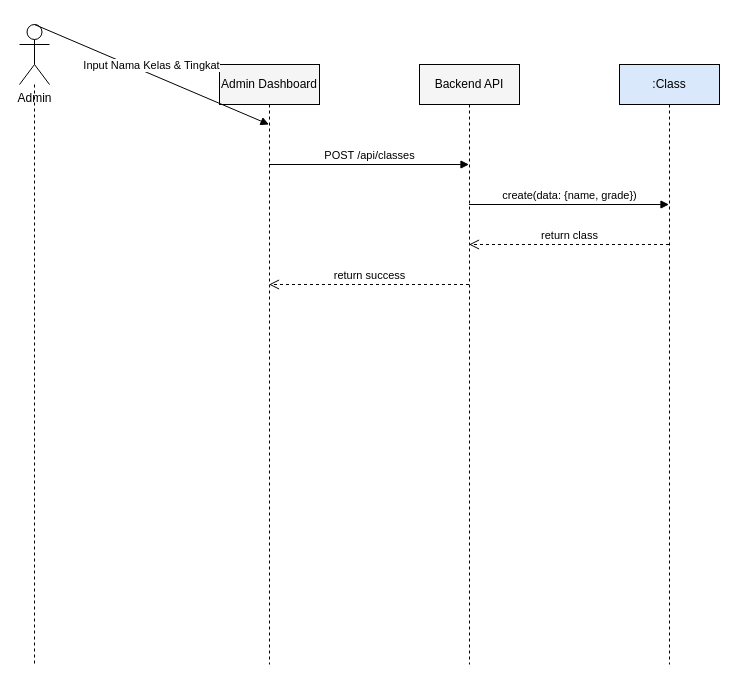
Before: docs/sequence_admin_create_class.drawio in muhammaddzaki123/adminkassmpit, a draw.io diagram. Source tidied: cells renumbered, new cells numbered last; positions are measured from the earlier drawing's top-left corner, leaving out a move shared by most shapes. Both pictures are drawn from the tidied source at 100%, with x=0, y=0 at pixel (19, 24).
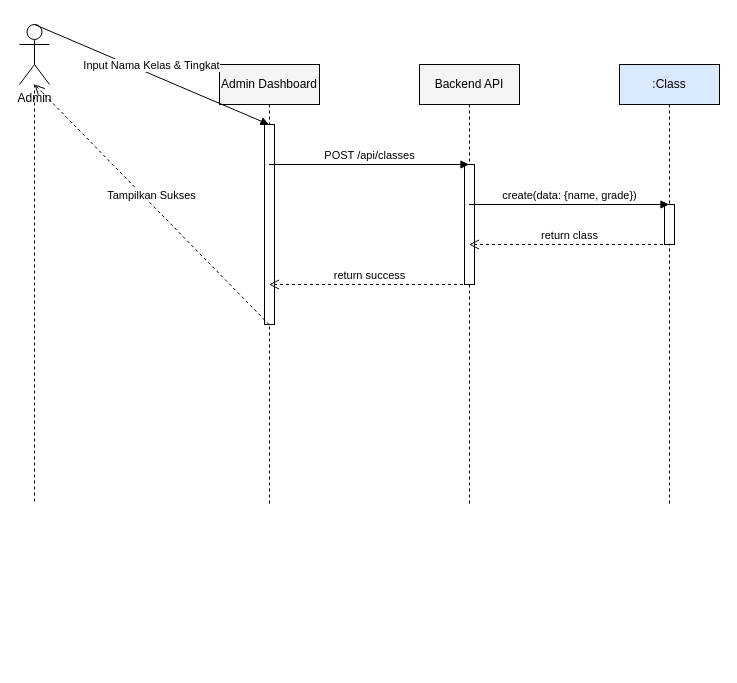
After the change.

Diff of the diagram source:
```diff
@@
 <mxGraphModel>
   <root>
     <mxCell id="0" />
     <mxCell id="1" parent="0" />
     <mxCell id="2" value="Admin" style="shape=umlActor;verticalLabelPosition=bottom;verticalAlign=top;html=1;outlineConnect=0;" parent="1" vertex="1">
       <mxGeometry width="30" height="60" as="geometry" />
     </mxCell>
     <mxCell id="3" style="endArrow=none;dashed=1;html=1;" parent="1" edge="1" source="2">
       <mxGeometry relative="1" as="geometry">
-        <mxPoint x="15" y="640" as="targetPoint" />
+        <mxPoint x="15" y="480" as="targetPoint" />
       </mxGeometry>
     </mxCell>
     <mxCell id="4" value="Admin Dashboard" style="shape=umlLifeline;perimeter=lifelinePerimeter;whiteSpace=wrap;html=1;outlineConnect=0;fillColor=#f5f5f5;" parent="1" vertex="1">
-      <mxGeometry x="200" y="40" width="100" height="600" as="geometry" />
+      <mxGeometry x="200" y="40" width="100" height="440" as="geometry" />
     </mxCell>
     <mxCell id="5" value="Backend API" style="shape=umlLifeline;perimeter=lifelinePerimeter;whiteSpace=wrap;html=1;outlineConnect=0;fillColor=#f5f5f5;" parent="1" vertex="1">
-      <mxGeometry x="400" y="40" width="100" height="600" as="geometry" />
+      <mxGeometry x="400" y="40" width="100" height="440" as="geometry" />
     </mxCell>
     <mxCell id="6" value=":Class" style="shape=umlLifeline;perimeter=lifelinePerimeter;whiteSpace=wrap;html=1;outlineConnect=0;fillColor=#dae8fc;" parent="1" vertex="1">
-      <mxGeometry x="600" y="40" width="100" height="600" as="geometry" />
+      <mxGeometry x="600" y="40" width="100" height="440" as="geometry" />
     </mxCell>
-    <mxCell id="7" value="Input Nama Kelas &amp; Tingkat" style="html=1;verticalAlign=bottom;endArrow=block;rounded=0;entryX=0.5;entryY=0.1;exitX=0.5;exitY=0.1;" parent="1" edge="1" source="2" target="4">
-      <mxGeometry relative="1" as="geometry" />
+    <mxCell id="7" style="html=1;perimeter=orthogonalPerimeter;fillColor=#FFFFFF;strokeColor=#000000;" parent="1" vertex="1">
+      <mxGeometry x="645" y="180" width="10" height="40" as="geometry" />
     </mxCell>
-    <mxCell id="8" value="POST /api/classes" style="html=1;verticalAlign=bottom;endArrow=block;rounded=0;entryX=0.5;entryY=0.16666666666666666;exitX=0.5;exitY=0.16666666666666666;" parent="1" edge="1" source="4" target="5">
-      <mxGeometry relative="1" as="geometry" />
+    <mxCell id="8" style="html=1;perimeter=orthogonalPerimeter;fillColor=#FFFFFF;strokeColor=#000000;" parent="1" vertex="1">
+      <mxGeometry x="445" y="140" width="10" height="120" as="geometry" />
     </mxCell>
-    <mxCell id="9" value="create(data: {name, grade})" style="html=1;verticalAlign=bottom;endArrow=block;rounded=0;entryX=0.5;entryY=0.23333333333333334;exitX=0.5;exitY=0.23333333333333334;" parent="1" edge="1" source="5" target="6">
-      <mxGeometry relative="1" as="geometry" />
+    <mxCell id="9" style="html=1;perimeter=orthogonalPerimeter;fillColor=#FFFFFF;strokeColor=#000000;" parent="1" vertex="1">
+      <mxGeometry x="245" y="100" width="10" height="200" as="geometry" />
     </mxCell>
-    <mxCell id="10" value="return class" style="html=1;verticalAlign=bottom;endArrow=open;dashed=1;endSize=8;rounded=0;entryX=0.5;entryY=0.3;exitX=0.5;exitY=0.3;" parent="1" edge="1" source="6" target="5">
+    <mxCell id="10" value="Input Nama Kelas &amp; Tingkat" style="html=1;verticalAlign=bottom;endArrow=block;rounded=0;entryX=0.5;entryY=0.13636363636363635;exitX=0.5;exitY=0.13636363636363635;" parent="1" edge="1" source="2" target="4">
       <mxGeometry relative="1" as="geometry" />
     </mxCell>
-    <mxCell id="11" value="return success" style="html=1;verticalAlign=bottom;endArrow=open;dashed=1;endSize=8;rounded=0;entryX=0.5;entryY=0.36666666666666664;exitX=0.5;exitY=0.36666666666666664;" parent="1" edge="1" source="5" target="4">
+    <mxCell id="11" value="POST /api/classes" style="html=1;verticalAlign=bottom;endArrow=block;rounded=0;entryX=0.5;entryY=0.22727272727272727;exitX=0.5;exitY=0.22727272727272727;" parent="1" edge="1" source="4" target="5">
       <mxGeometry relative="1" as="geometry" />
     </mxCell>
+    <mxCell id="12" value="create(data: {name, grade})" style="html=1;verticalAlign=bottom;endArrow=block;rounded=0;entryX=0.5;entryY=0.3181818181818182;exitX=0.5;exitY=0.3181818181818182;" parent="1" edge="1" source="5" target="6">
+      <mxGeometry relative="1" as="geometry" />
+    </mxCell>
+    <mxCell id="13" value="return class" style="html=1;verticalAlign=bottom;endArrow=open;dashed=1;endSize=8;rounded=0;entryX=0.5;entryY=0.4090909090909091;exitX=0.5;exitY=0.4090909090909091;" parent="1" edge="1" source="6" target="5">
+      <mxGeometry relative="1" as="geometry" />
+    </mxCell>
+    <mxCell id="14" value="return success" style="html=1;verticalAlign=bottom;endArrow=open;dashed=1;endSize=8;rounded=0;entryX=0.5;entryY=0.5;exitX=0.5;exitY=0.5;" parent="1" edge="1" source="5" target="4">
+      <mxGeometry relative="1" as="geometry" />
+    </mxCell>
+    <mxCell id="15" value="Tampilkan Sukses" style="html=1;verticalAlign=bottom;endArrow=open;dashed=1;endSize=8;rounded=0;entryX=0.5;entryY=0.5909090909090909;exitX=0.5;exitY=0.5909090909090909;" parent="1" edge="1" source="4" target="2">
+      <mxGeometry relative="1" as="geometry" />
+    </mxCell>
   </root>
 </mxGraphModel>
```
